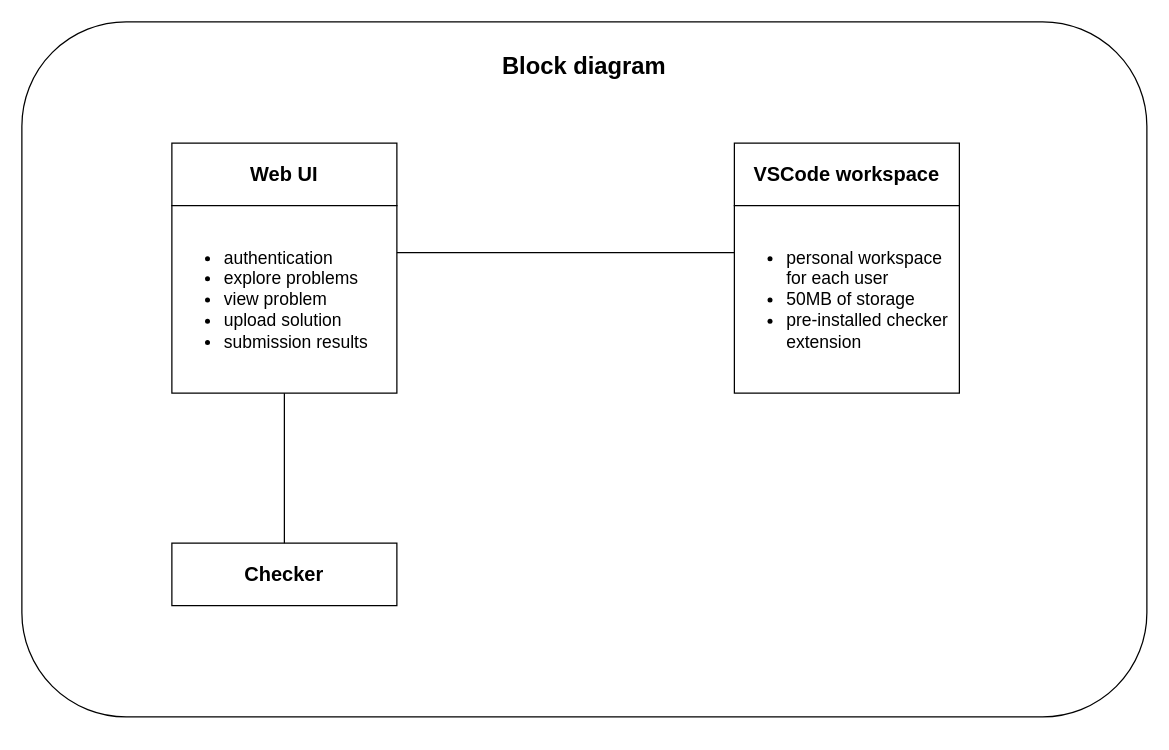
The draw.io diagram diagrams/architecture/block-diagram.drawio in acadnet-dev/docs, before the edit. Source tidied: cells renumbered, new cells numbered last; positions are measured from the earlier drawing's top-left corner, leaving out a move shared by most shapes. Both pictures are drawn from the tidied source at 125%, with x=0, y=0 at pixel (21, 21).
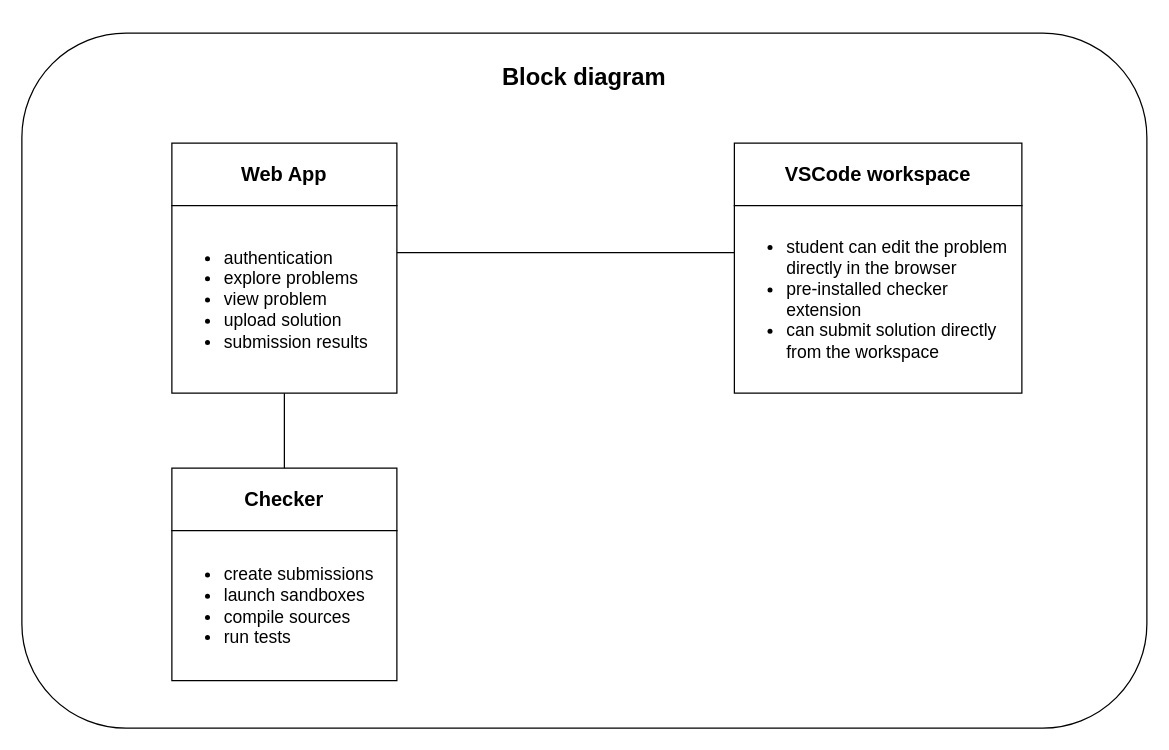
The same diagram, later.

What changed in the source:
```diff
@@
 <mxGraphModel>
   <root>
     <mxCell id="0" />
     <mxCell id="1" parent="0" />
     <mxCell id="2" style="rounded=1;whiteSpace=wrap;html=1;" parent="1" vertex="1">
-      <mxGeometry width="900" height="556" as="geometry" />
+      <mxGeometry y="9" width="900" height="556" as="geometry" />
     </mxCell>
     <mxCell id="3" value="Block diagram" style="text;html=1;strokeColor=none;fillColor=none;align=center;verticalAlign=middle;whiteSpace=wrap;rounded=0;fontSize=19;fontStyle=1;" parent="1" vertex="1">
-      <mxGeometry x="370" y="21" width="160" height="30" as="geometry" />
+      <mxGeometry x="370" y="30" width="160" height="30" as="geometry" />
     </mxCell>
-    <mxCell id="4" value="Web UI" style="rounded=0;whiteSpace=wrap;html=1;align=center;fontStyle=1;fontSize=16;" parent="1" vertex="1">
+    <mxCell id="4" value="Web App" style="rounded=0;whiteSpace=wrap;html=1;align=center;fontStyle=1;fontSize=16;" parent="1" vertex="1">
       <mxGeometry x="120" y="97" width="180" height="50" as="geometry" />
     </mxCell>
     <mxCell id="5" value="&lt;ul style=&quot;font-size: 14px;&quot;&gt;&lt;li&gt;authentication&lt;/li&gt;&lt;li&gt;explore problems&lt;/li&gt;&lt;li&gt;view problem&lt;/li&gt;&lt;li&gt;upload solution&lt;/li&gt;&lt;li style=&quot;border-color: var(--border-color);&quot;&gt;submission results&lt;/li&gt;&lt;/ul&gt;" style="rounded=0;whiteSpace=wrap;html=1;fontSize=16;align=left;" parent="1" vertex="1">
       <mxGeometry x="120" y="147" width="180" height="150" as="geometry" />
     </mxCell>
     <mxCell id="6" value="VSCode workspace" style="rounded=0;whiteSpace=wrap;html=1;align=center;fontStyle=1;fontSize=16;" parent="1" vertex="1">
-      <mxGeometry x="570" y="97" width="180" height="50" as="geometry" />
+      <mxGeometry x="570" y="97" width="230" height="50" as="geometry" />
     </mxCell>
-    <mxCell id="7" value="&lt;ul style=&quot;font-size: 14px;&quot;&gt;&lt;li&gt;personal workspace for each user&lt;/li&gt;&lt;li&gt;50MB of storage&lt;/li&gt;&lt;li&gt;pre-installed checker extension&lt;/li&gt;&lt;/ul&gt;" style="rounded=0;whiteSpace=wrap;html=1;fontSize=16;align=left;" parent="1" vertex="1">
-      <mxGeometry x="570" y="147" width="180" height="150" as="geometry" />
+    <mxCell id="7" value="&lt;ul style=&quot;font-size: 14px;&quot;&gt;&lt;li&gt;student can edit the problem directly in the browser&lt;/li&gt;&lt;li&gt;pre-installed checker extension&lt;/li&gt;&lt;li&gt;can submit solution directly from the workspace&lt;/li&gt;&lt;/ul&gt;" style="rounded=0;whiteSpace=wrap;html=1;fontSize=16;align=left;" parent="1" vertex="1">
+      <mxGeometry x="570" y="147" width="230" height="150" as="geometry" />
     </mxCell>
     <mxCell id="8" value="Checker" style="rounded=0;whiteSpace=wrap;html=1;align=center;fontStyle=1;fontSize=16;" parent="1" vertex="1">
-      <mxGeometry x="120" y="417" width="180" height="50" as="geometry" />
+      <mxGeometry x="120" y="357" width="180" height="50" as="geometry" />
     </mxCell>
     <mxCell id="9" style="endArrow=none;html=1;fontSize=14;exitX=1;exitY=0.25;exitDx=0;exitDy=0;entryX=0;entryY=0.25;entryDx=0;entryDy=0;" parent="1" edge="1" source="5" target="7">
       <mxGeometry relative="1" as="geometry" />
     </mxCell>
     <mxCell id="10" style="endArrow=none;html=1;fontSize=14;exitX=0.5;exitY=0;exitDx=0;exitDy=0;entryX=0.5;entryY=1;entryDx=0;entryDy=0;" parent="1" edge="1" source="8" target="5">
       <mxGeometry relative="1" as="geometry" />
     </mxCell>
+    <mxCell id="11" value="&lt;ul style=&quot;font-size: 14px;&quot;&gt;&lt;li&gt;create submissions&lt;/li&gt;&lt;li&gt;launch sandboxes&lt;/li&gt;&lt;li&gt;compile sources&lt;/li&gt;&lt;li&gt;run tests&lt;/li&gt;&lt;/ul&gt;" style="rounded=0;whiteSpace=wrap;html=1;fontSize=16;align=left;" parent="1" vertex="1">
+      <mxGeometry x="120" y="407" width="180" height="120" as="geometry" />
+    </mxCell>
   </root>
 </mxGraphModel>
```
